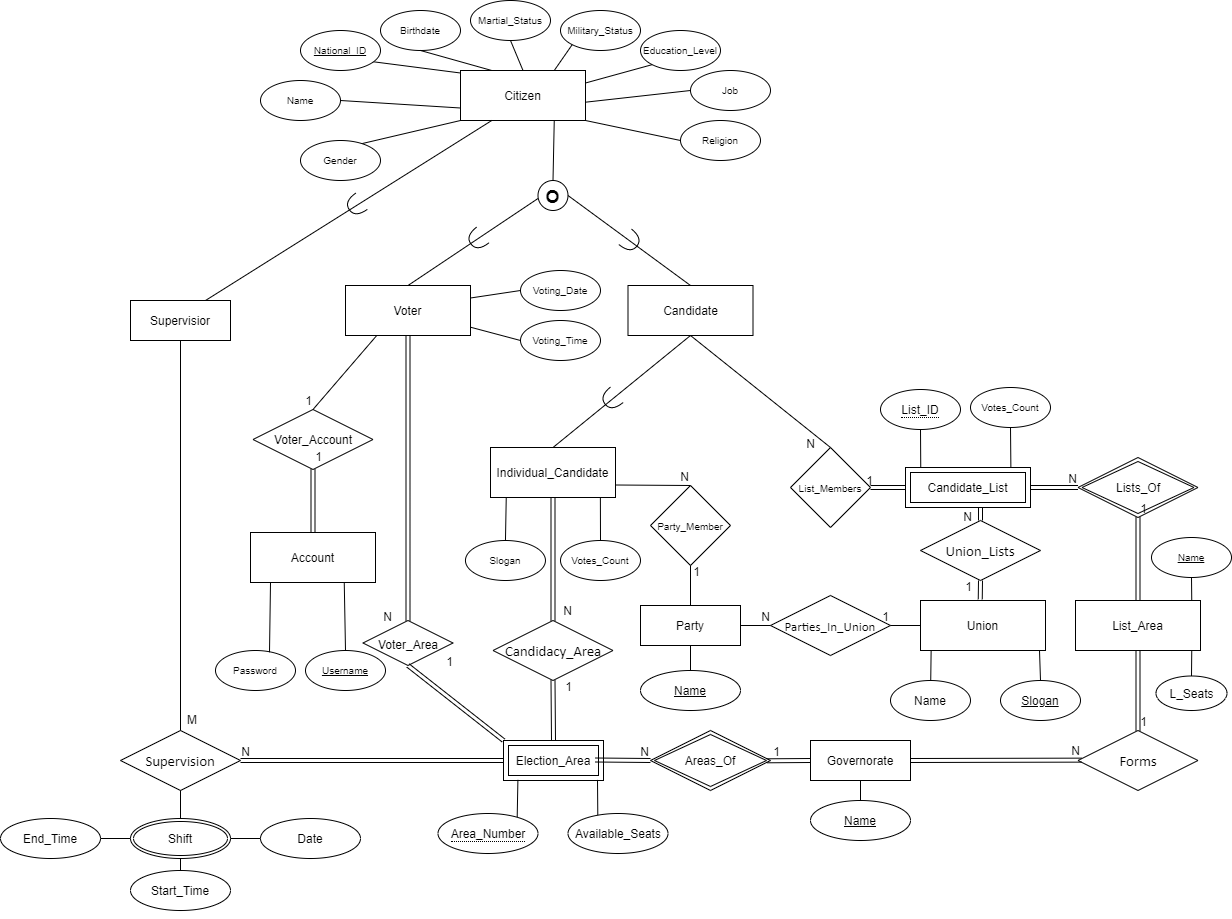
This is ERD.png from ziad-khobeiz/e-voting-system, a draw.io export, as it was before one commit. Source tidied: cells renumbered, new cells last; positions are measured from the earlier drawing's top-left corner, leaving out a move shared by most shapes.
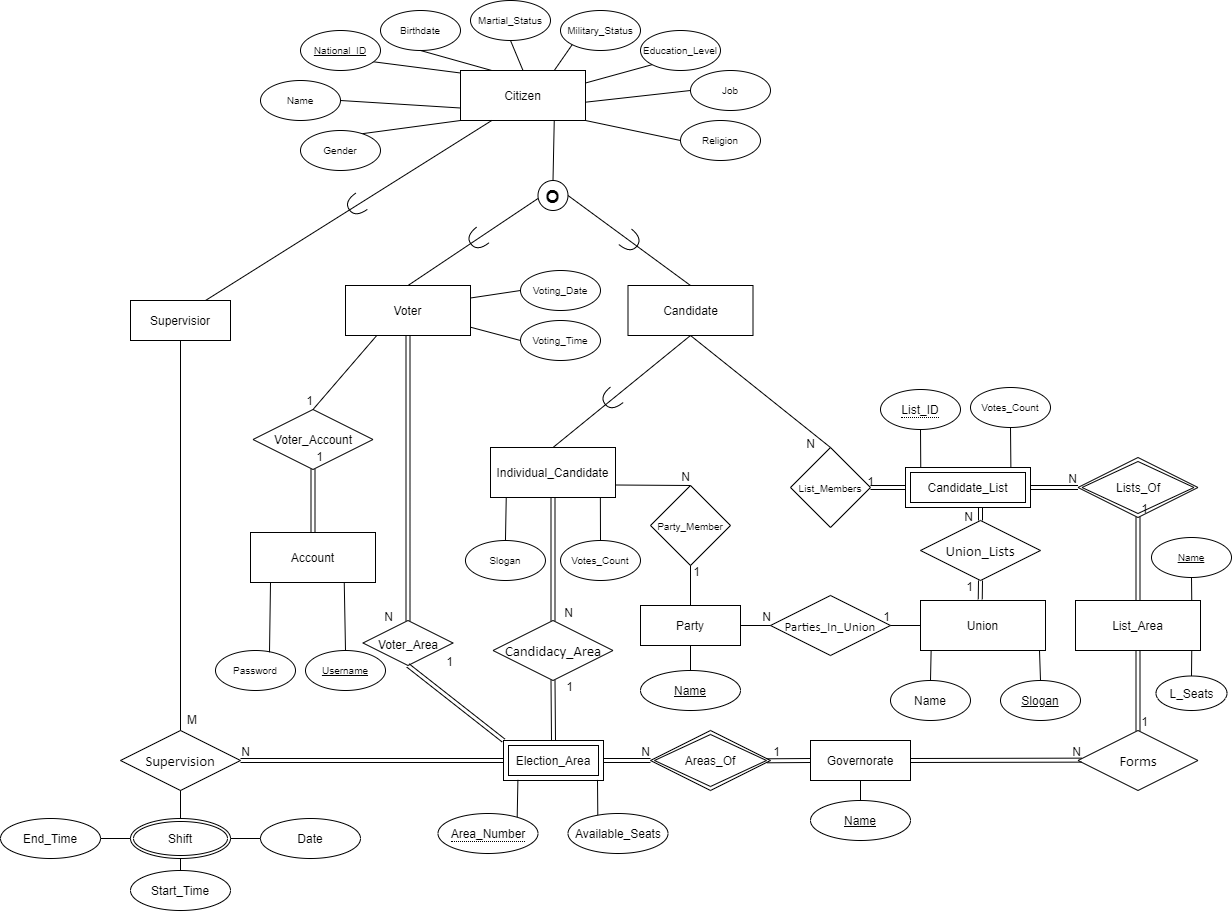
The same file after the commit.

Change to the diagram source:
```diff
@@ -21,7 +21,7 @@
       <mxGeometry x="300" y="30" width="80" height="40" as="geometry" />
     </mxCell>
     <mxCell id="7" value="Gender" style="ellipse;whiteSpace=wrap;html=1;fontSize=10;" parent="1" vertex="1">
-      <mxGeometry x="300" y="140" width="80" height="40" as="geometry" />
+      <mxGeometry x="300" y="130" width="80" height="40" as="geometry" />
     </mxCell>
     <mxCell id="8" value="Religion" style="ellipse;whiteSpace=wrap;html=1;fontSize=10;" parent="1" vertex="1">
       <mxGeometry x="680" y="120" width="80" height="40" as="geometry" />
@@ -169,10 +169,8 @@
     <mxCell id="55" value="Governorate" style="whiteSpace=wrap;html=1;align=center;strokeColor=#000000;gradientColor=none;" parent="1" vertex="1">
       <mxGeometry x="810" y="740" width="100" height="40" as="geometry" />
     </mxCell>
-    <mxCell id="56" style="shape=link;html=1;rounded=0;entryX=0;entryY=0.5;entryDx=0;entryDy=0;" parent="1" edge="1" target="54">
-      <mxGeometry relative="1" as="geometry">
-        <mxPoint x="595" y="759.5" as="sourcePoint" />
-      </mxGeometry>
+    <mxCell id="56" style="shape=link;html=1;rounded=0;entryX=0;entryY=0.5;entryDx=0;entryDy=0;exitX=1;exitY=0.5;exitDx=0;exitDy=0;" parent="1" edge="1" source="53" target="54">
+      <mxGeometry relative="1" as="geometry" />
     </mxCell>
     <mxCell id="57" value="N" style="html=1;align=right;verticalAlign=bottom;" parent="56" vertex="1">
       <mxGeometry x="1" relative="1" as="geometry" />
```
